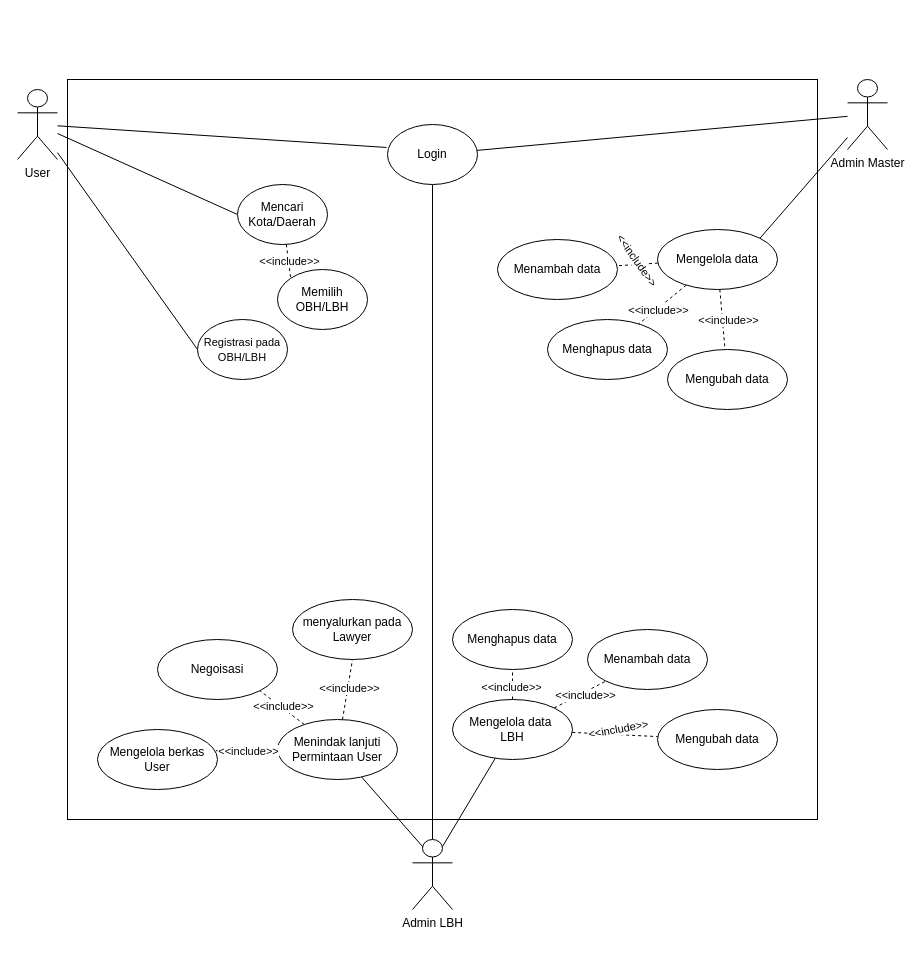
Above: All_Diagram-PUI.drawio in naufalfirman23/FILE-DIAGRAM (draw.io), before the change. Source tidied: cells renumbered, new cells numbered last; positions are measured from the earlier drawing's top-left corner, leaving out a move shared by most shapes. Both pictures are drawn from the tidied source at 100%, with x=0, y=0 at pixel (17, 79).
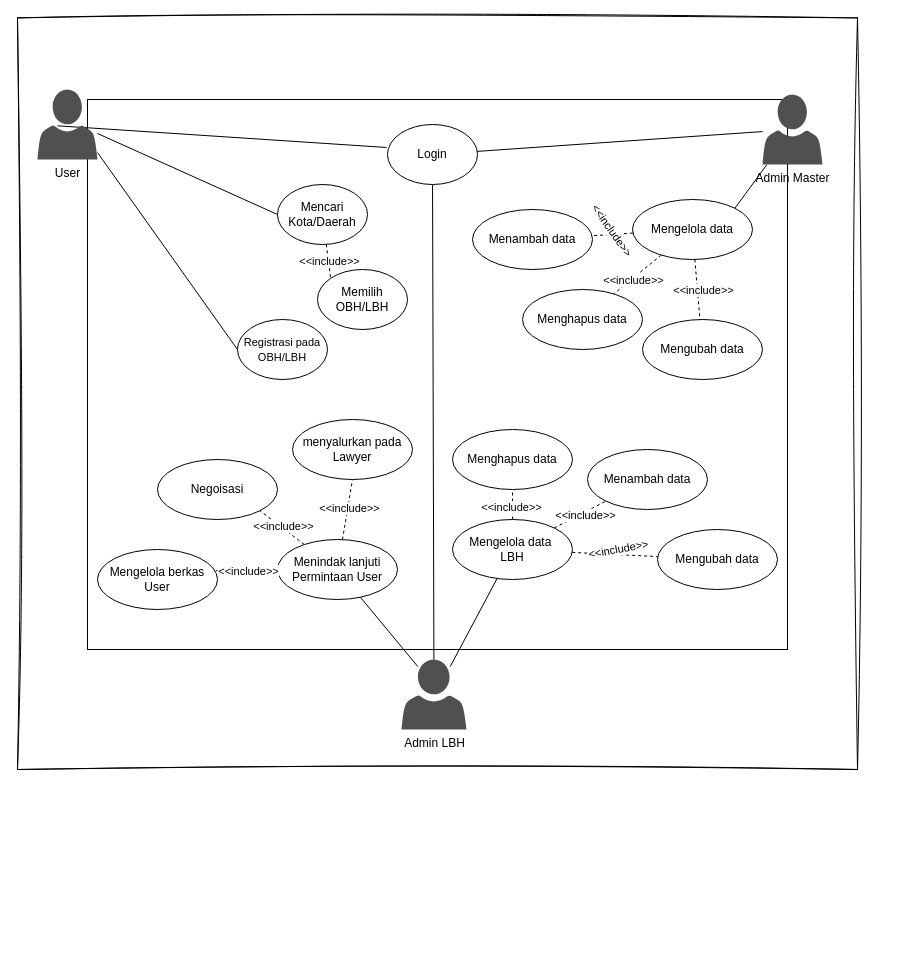
Above is the later version.

The change refers to these unchanged cells:
```xml
<mxCell id="10" value="Login" style="ellipse;whiteSpace=wrap;html=1;" parent="1" vertex="1">
  <mxGeometry x="370" y="45" width="90" height="60" as="geometry" />
</mxCell>
```

Change to the diagram source:
```diff
@@
+    <mxCell id="50" style="rounded=0;whiteSpace=wrap;html=1;sketch=1;hachureGap=4;jiggle=2;curveFitting=1;fontFamily=Architects Daughter;" parent="1" vertex="1">
+      <mxGeometry y="-61.6" width="840" height="751.6" as="geometry" />
+    </mxCell>
     <mxCell id="2" style="rounded=0;whiteSpace=wrap;html=1;" parent="1" vertex="1">
-      <mxGeometry x="50" width="750" height="740" as="geometry" />
+      <mxGeometry x="70" y="20" width="700" height="550" as="geometry" />
     </mxCell>
@@
-    <mxCell id="5" value="Admin Master" style="shape=umlActor;verticalLabelPosition=bottom;verticalAlign=top;html=1;outlineConnect=0;" parent="1" vertex="1">
-      <mxGeometry x="830" width="40" height="70" as="geometry" />
+    <mxCell id="5" value="Admin Master" style="shape=mxgraph.office.users.user;verticalLabelPosition=bottom;verticalAlign=top;html=1;outlineConnect=0;strokeWidth=2;sketch=0;shadow=0;dashed=0;strokeColor=none;fillColor=#505050;labelPosition=center;" parent="1" vertex="1">
+      <mxGeometry x="745" y="15" width="60" height="70" as="geometry" />
     </mxCell>
-    <mxCell id="6" style="rounded=0;jettySize=auto;html=1;entryX=0;entryY=0.5;entryDx=0;entryDy=0;endArrow=none;endFill=0;" parent="1" edge="1" source="8" target="14">
-      <mxGeometry relative="1" as="geometry" />
+    <mxCell id="6" style="rounded=0;jettySize=auto;html=1;entryX=0;entryY=0.5;entryDx=0;entryDy=0;endArrow=none;endFill=0;" parent="1" edge="1" target="14">
+      <mxGeometry relative="1" as="geometry">
+        <mxPoint x="80" y="54" as="sourcePoint" />
+      </mxGeometry>
     </mxCell>
-    <mxCell id="7" style="rounded=0;jettySize=auto;html=1;entryX=0;entryY=0.5;entryDx=0;entryDy=0;endArrow=none;endFill=0;" parent="1" edge="1" source="8" target="16">
-      <mxGeometry relative="1" as="geometry" />
+    <mxCell id="7" style="rounded=0;jettySize=auto;html=1;entryX=0;entryY=0.5;entryDx=0;entryDy=0;endArrow=none;endFill=0;" parent="1" edge="1" target="16">
+      <mxGeometry relative="1" as="geometry">
+        <mxPoint x="80" y="73.1" as="sourcePoint" />
+      </mxGeometry>
     </mxCell>
-    <mxCell id="8" value="User" style="shape=umlActor;verticalLabelPosition=bottom;verticalAlign=top;html=1;outlineConnect=0;" parent="1" vertex="1">
-      <mxGeometry y="10" width="40" height="70" as="geometry" />
-    </mxCell>
@@
-    <mxCell id="11" style="rounded=0;jettySize=auto;html=1;entryX=-0.011;entryY=0.383;entryDx=0;entryDy=0;entryPerimeter=0;endArrow=none;endFill=0;" parent="1" edge="1" source="8" target="10">
-      <mxGeometry relative="1" as="geometry" />
+    <mxCell id="11" style="rounded=0;jettySize=auto;html=1;entryX=-0.011;entryY=0.383;entryDx=0;entryDy=0;entryPerimeter=0;endArrow=none;endFill=0;" parent="1" edge="1" target="10">
+      <mxGeometry relative="1" as="geometry">
+        <mxPoint x="40" y="46.3" as="sourcePoint" />
+      </mxGeometry>
     </mxCell>
@@
     <mxCell id="14" value="Mencari Kota/Daerah" style="ellipse;whiteSpace=wrap;html=1;" parent="1" vertex="1">
-      <mxGeometry x="220" y="105" width="90" height="60" as="geometry" />
+      <mxGeometry x="260" y="105" width="90" height="60" as="geometry" />
     </mxCell>
     <mxCell id="15" value="Memilih OBH/LBH" style="ellipse;whiteSpace=wrap;html=1;" parent="1" vertex="1">
-      <mxGeometry x="260" y="190" width="90" height="60" as="geometry" />
+      <mxGeometry x="300" y="190" width="90" height="60" as="geometry" />
     </mxCell>
     <mxCell id="16" value="&lt;font style=&quot;font-size: 11px;&quot;&gt;Registrasi pada OBH/LBH&lt;/font&gt;" style="ellipse;whiteSpace=wrap;html=1;" parent="1" vertex="1">
-      <mxGeometry x="180" y="240" width="90" height="60" as="geometry" />
+      <mxGeometry x="220" y="240" width="90" height="60" as="geometry" />
     </mxCell>
@@
     <mxCell id="20" value="Mengelola data" style="ellipse;whiteSpace=wrap;html=1;" parent="1" vertex="1">
-      <mxGeometry x="640" y="150" width="120" height="60" as="geometry" />
+      <mxGeometry x="615" y="120" width="120" height="60" as="geometry" />
     </mxCell>
     <mxCell id="21" value="Menghapus data" style="ellipse;whiteSpace=wrap;html=1;" parent="1" vertex="1">
-      <mxGeometry x="530" y="240" width="120" height="60" as="geometry" />
+      <mxGeometry x="505" y="210" width="120" height="60" as="geometry" />
     </mxCell>
     <mxCell id="22" value="Menambah data" style="ellipse;whiteSpace=wrap;html=1;" parent="1" vertex="1">
-      <mxGeometry x="480" y="160" width="120" height="60" as="geometry" />
+      <mxGeometry x="455" y="130" width="120" height="60" as="geometry" />
     </mxCell>
     <mxCell id="23" value="Mengubah data" style="ellipse;whiteSpace=wrap;html=1;" parent="1" vertex="1">
-      <mxGeometry x="650" y="270" width="120" height="60" as="geometry" />
+      <mxGeometry x="625" y="240" width="120" height="60" as="geometry" />
     </mxCell>
     <mxCell id="24" value="&amp;lt;&amp;lt;include&amp;gt;&amp;gt;" style="edgeLabel;html=1;align=center;verticalAlign=middle;" parent="1" vertex="1">
-      <mxGeometry x="710" y="240" as="geometry" />
+      <mxGeometry x="685" y="210" as="geometry" />
     </mxCell>
     <mxCell id="25" value="&amp;lt;&amp;lt;include&amp;gt;&amp;gt;" style="edgeLabel;html=1;align=center;verticalAlign=middle;" parent="1" vertex="1">
-      <mxGeometry x="640" y="230" as="geometry" />
+      <mxGeometry x="615" y="200" as="geometry" />
     </mxCell>
     <mxCell id="26" value="&amp;lt;&amp;lt;include&amp;gt;&amp;gt;" style="edgeLabel;html=1;align=center;verticalAlign=middle;rotation=55;" parent="1" vertex="1">
-      <mxGeometry x="620" y="180" as="geometry" />
+      <mxGeometry x="595" y="150" as="geometry" />
     </mxCell>
-    <mxCell id="27" value="Admin LBH&lt;div&gt;&lt;br&gt;&lt;/div&gt;" style="shape=umlActor;verticalLabelPosition=bottom;verticalAlign=top;html=1;outlineConnect=0;" parent="1" vertex="1">
-      <mxGeometry x="395" y="760" width="40" height="70" as="geometry" />
+    <mxCell id="27" value="Admin LBH&lt;div&gt;&lt;br&gt;&lt;/div&gt;" style="shape=mxgraph.office.users.user;verticalLabelPosition=bottom;verticalAlign=top;html=1;outlineConnect=0;strokeWidth=2;sketch=0;shadow=0;dashed=0;strokeColor=none;fillColor=#505050;labelPosition=center;" parent="1" vertex="1">
+      <mxGeometry x="384" y="580" width="65" height="70" as="geometry" />
     </mxCell>
@@
     <mxCell id="32" value="Mengelola data&amp;nbsp;&lt;div&gt;LBH&lt;/div&gt;" style="ellipse;whiteSpace=wrap;html=1;" parent="1" vertex="1">
-      <mxGeometry x="435" y="620" width="120" height="60" as="geometry" />
+      <mxGeometry x="435" y="440" width="120" height="60" as="geometry" />
     </mxCell>
     <mxCell id="33" value="Menghapus data" style="ellipse;whiteSpace=wrap;html=1;" parent="1" vertex="1">
-      <mxGeometry x="435" y="530" width="120" height="60" as="geometry" />
+      <mxGeometry x="435" y="350" width="120" height="60" as="geometry" />
     </mxCell>
     <mxCell id="34" value="Menambah data" style="ellipse;whiteSpace=wrap;html=1;" parent="1" vertex="1">
-      <mxGeometry x="570" y="550" width="120" height="60" as="geometry" />
+      <mxGeometry x="570" y="370" width="120" height="60" as="geometry" />
     </mxCell>
     <mxCell id="35" value="Mengubah data" style="ellipse;whiteSpace=wrap;html=1;" parent="1" vertex="1">
-      <mxGeometry x="640" y="630" width="120" height="60" as="geometry" />
+      <mxGeometry x="640" y="450" width="120" height="60" as="geometry" />
     </mxCell>
     <mxCell id="36" value="&amp;lt;&amp;lt;include&amp;gt;&amp;gt;" style="edgeLabel;html=1;align=center;verticalAlign=middle;" parent="1" vertex="1">
-      <mxGeometry x="374" y="608" as="geometry">
+      <mxGeometry x="374" y="428" as="geometry">
         <mxPoint x="193" y="7" as="offset" />
       </mxGeometry>
     </mxCell>
     <mxCell id="37" value="&amp;lt;&amp;lt;include&amp;gt;&amp;gt;" style="edgeLabel;html=1;align=center;verticalAlign=middle;" parent="1" vertex="1">
-      <mxGeometry x="493" y="607" as="geometry" />
+      <mxGeometry x="493" y="427" as="geometry" />
     </mxCell>
     <mxCell id="38" value="&amp;lt;&amp;lt;include&amp;gt;&amp;gt;" style="edgeLabel;html=1;align=center;verticalAlign=middle;rotation=-10;" parent="1" vertex="1">
-      <mxGeometry x="600" y="650" as="geometry" />
+      <mxGeometry x="600" y="470" as="geometry" />
     </mxCell>
@@
     <mxCell id="43" value="Menindak lanjuti&lt;div&gt;Permintaan User&lt;/div&gt;" style="ellipse;whiteSpace=wrap;html=1;" parent="1" vertex="1">
-      <mxGeometry x="260" y="640" width="120" height="60" as="geometry" />
+      <mxGeometry x="260" y="460" width="120" height="60" as="geometry" />
     </mxCell>
     <mxCell id="44" value="menyalurkan pada Lawyer" style="ellipse;whiteSpace=wrap;html=1;" parent="1" vertex="1">
-      <mxGeometry x="275" y="520" width="120" height="60" as="geometry" />
+      <mxGeometry x="275" y="340" width="120" height="60" as="geometry" />
     </mxCell>
     <mxCell id="45" value="Negoisasi" style="ellipse;whiteSpace=wrap;html=1;" parent="1" vertex="1">
-      <mxGeometry x="140" y="560" width="120" height="60" as="geometry" />
+      <mxGeometry x="140" y="380" width="120" height="60" as="geometry" />
     </mxCell>
     <mxCell id="46" value="Mengelola berkas User" style="ellipse;whiteSpace=wrap;html=1;" parent="1" vertex="1">
-      <mxGeometry x="80" y="650" width="120" height="60" as="geometry" />
+      <mxGeometry x="80" y="470" width="120" height="60" as="geometry" />
     </mxCell>
@@
+    <mxCell id="8" value="User" style="shape=mxgraph.office.users.user;verticalLabelPosition=bottom;verticalAlign=top;html=1;outlineConnect=0;strokeWidth=2;sketch=0;shadow=0;dashed=0;strokeColor=none;fillColor=#505050;labelPosition=center;" parent="1" vertex="1">
+      <mxGeometry x="20" y="10" width="60" height="70" as="geometry" />
+    </mxCell>
```
